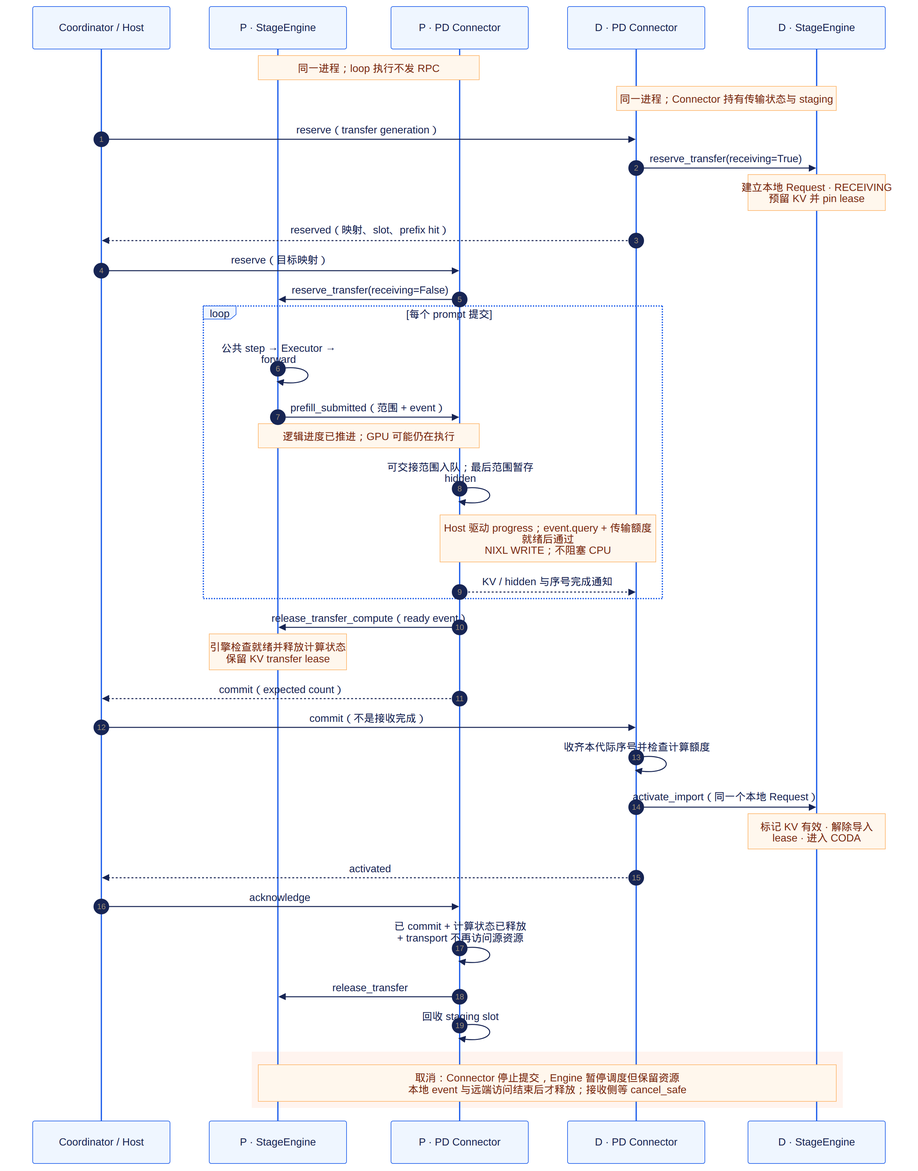
This is docs/diagrams/pd-handoff.png from 0z5a/vllm-rlt, a Mermaid export, as it was before one commit. Its source is kept beside it as docs/diagrams/pd-handoff.mmd. Its diagram source:
```mermaid
sequenceDiagram
    autonumber
    participant C as Coordinator / Host
    participant P as P · StageEngine
    participant X as P · PD Connector
    participant Y as D · PD Connector
    participant D as D · StageEngine
    Note over P,X: 同一进程；loop 执行不发 RPC
    Note over Y,D: 同一进程；Connector 持有传输状态与 staging
    C->>Y: reserve（transfer generation）
    Y->>D: reserve_transfer(receiving=True)
    Note over D: 建立本地 Request · RECEIVING<br/>预留 KV 并 pin lease
    Y-->>C: reserved（映射、slot、prefix hit）
    C->>X: reserve（目标映射）
    X->>P: reserve_transfer(receiving=False)
    loop 每个 prompt 提交
        P->>P: 公共 step → Executor → forward
        P->>X: prefill_submitted（范围 + event）
        Note over P,X: 逻辑进度已推进；GPU 可能仍在执行
        X->>X: 可交接范围入队；最后范围暂存 hidden
        Note over X,Y: Host 驱动 progress；event.query + 传输额度<br/>就绪后通过 NIXL WRITE；不阻塞 CPU
        X-->>Y: KV / hidden 与序号完成通知
    end
    X->>P: release_transfer_compute（ready event）
    Note over P: 引擎检查就绪并释放计算状态<br/>保留 KV transfer lease
    X-->>C: commit（expected count）
    C->>Y: commit（不是接收完成）
    Y->>Y: 收齐本代际序号并检查计算额度
    Y->>D: activate_import（同一个本地 Request）
    Note over D: 标记 KV 有效 · 解除导入 lease · 进入 CODA
    Y-->>C: activated
    C->>X: acknowledge
    X->>X: 已 commit + 计算状态已释放<br/>+ transport 不再访问源资源
    X->>P: release_transfer
    X->>X: 回收 staging slot
    rect rgb(255, 244, 239)
        Note over P,D: 取消：Connector 停止提交，Engine 暂停调度但保留资源<br/>本地 event 与远端访问结束后才释放；接收侧等 cancel_safe
    end
```
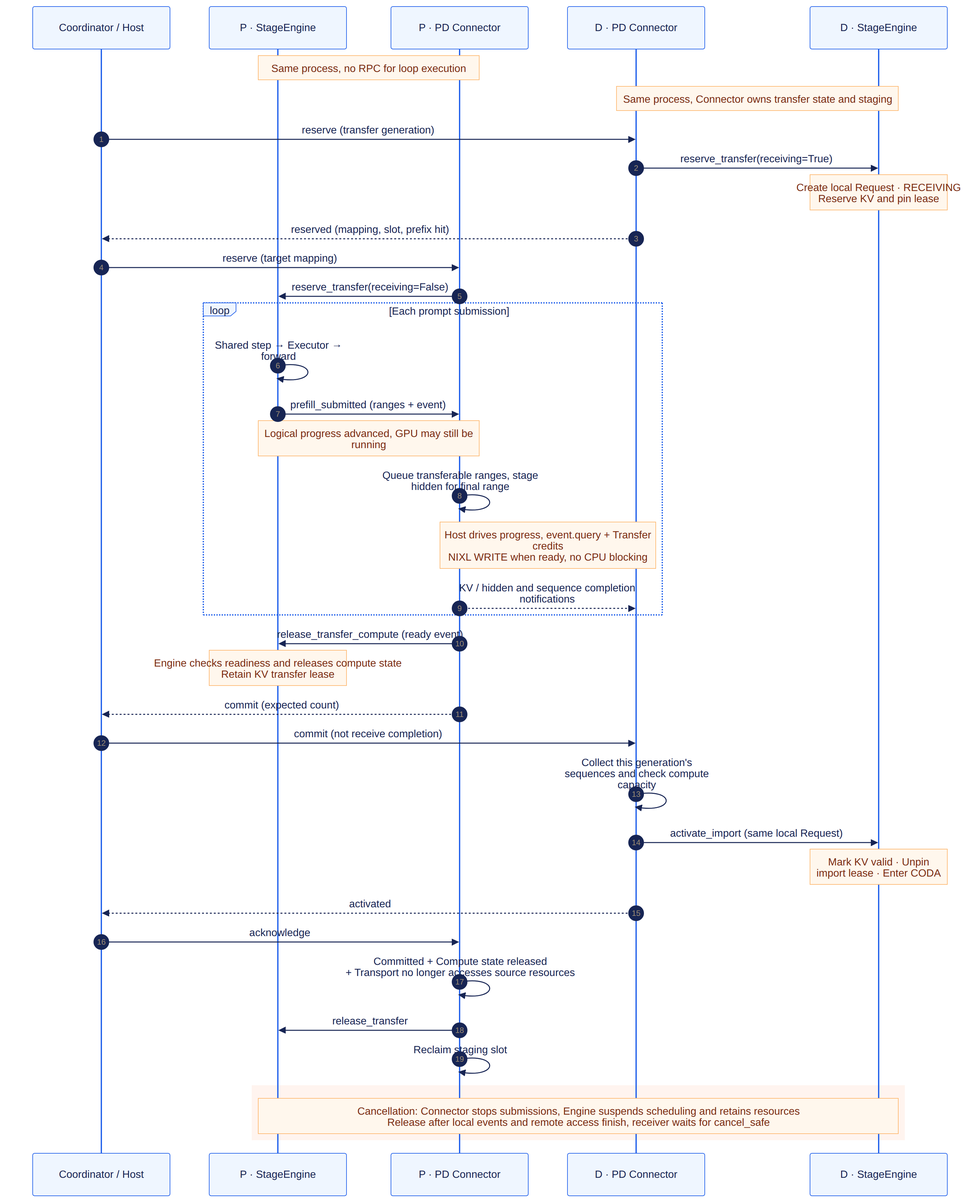
The same diagram one commit later.

What changed in the source:
```diff
@@ -5,34 +5,34 @@
     participant X as P · PD Connector
     participant Y as D · PD Connector
     participant D as D · StageEngine
-    Note over P,X: 同一进程；loop 执行不发 RPC
-    Note over Y,D: 同一进程；Connector 持有传输状态与 staging
-    C->>Y: reserve（transfer generation）
+    Note over P,X: Same process, no RPC for loop execution
+    Note over Y,D: Same process, Connector owns transfer state and staging
+    C->>Y: reserve (transfer generation)
     Y->>D: reserve_transfer(receiving=True)
-    Note over D: 建立本地 Request · RECEIVING<br/>预留 KV 并 pin lease
-    Y-->>C: reserved（映射、slot、prefix hit）
-    C->>X: reserve（目标映射）
+    Note over D: Create local Request · RECEIVING<br/>Reserve KV and pin lease
+    Y-->>C: reserved (mapping, slot, prefix hit)
+    C->>X: reserve (target mapping)
     X->>P: reserve_transfer(receiving=False)
-    loop 每个 prompt 提交
-        P->>P: 公共 step → Executor → forward
-        P->>X: prefill_submitted（范围 + event）
-        Note over P,X: 逻辑进度已推进；GPU 可能仍在执行
-        X->>X: 可交接范围入队；最后范围暂存 hidden
-        Note over X,Y: Host 驱动 progress；event.query + 传输额度<br/>就绪后通过 NIXL WRITE；不阻塞 CPU
-        X-->>Y: KV / hidden 与序号完成通知
+    loop Each prompt submission
+        P->>P: Shared step → Executor → forward
+        P->>X: prefill_submitted (ranges + event)
+        Note over P,X: Logical progress advanced, GPU may still be running
+        X->>X: Queue transferable ranges, stage hidden for final range
+        Note over X,Y: Host drives progress, event.query + Transfer credits<br/>NIXL WRITE when ready, no CPU blocking
+        X-->>Y: KV / hidden and sequence completion notifications
     end
-    X->>P: release_transfer_compute（ready event）
-    Note over P: 引擎检查就绪并释放计算状态<br/>保留 KV transfer lease
-    X-->>C: commit（expected count）
-    C->>Y: commit（不是接收完成）
-    Y->>Y: 收齐本代际序号并检查计算额度
-    Y->>D: activate_import（同一个本地 Request）
-    Note over D: 标记 KV 有效 · 解除导入 lease · 进入 CODA
+    X->>P: release_transfer_compute (ready event)
+    Note over P: Engine checks readiness and releases compute state<br/>Retain KV transfer lease
+    X-->>C: commit (expected count)
+    C->>Y: commit (not receive completion)
+    Y->>Y: Collect this generation's sequences and check compute capacity
+    Y->>D: activate_import (same local Request)
+    Note over D: Mark KV valid · Unpin import lease · Enter CODA
     Y-->>C: activated
     C->>X: acknowledge
-    X->>X: 已 commit + 计算状态已释放<br/>+ transport 不再访问源资源
+    X->>X: Committed + Compute state released<br/>+ Transport no longer accesses source resources
     X->>P: release_transfer
-    X->>X: 回收 staging slot
+    X->>X: Reclaim staging slot
     rect rgb(255, 244, 239)
-        Note over P,D: 取消：Connector 停止提交，Engine 暂停调度但保留资源<br/>本地 event 与远端访问结束后才释放；接收侧等 cancel_safe
+        Note over P,D: Cancellation: Connector stops submissions, Engine suspends scheduling and retains resources<br/>Release after local events and remote access finish, receiver waits for cancel_safe
     end
```
